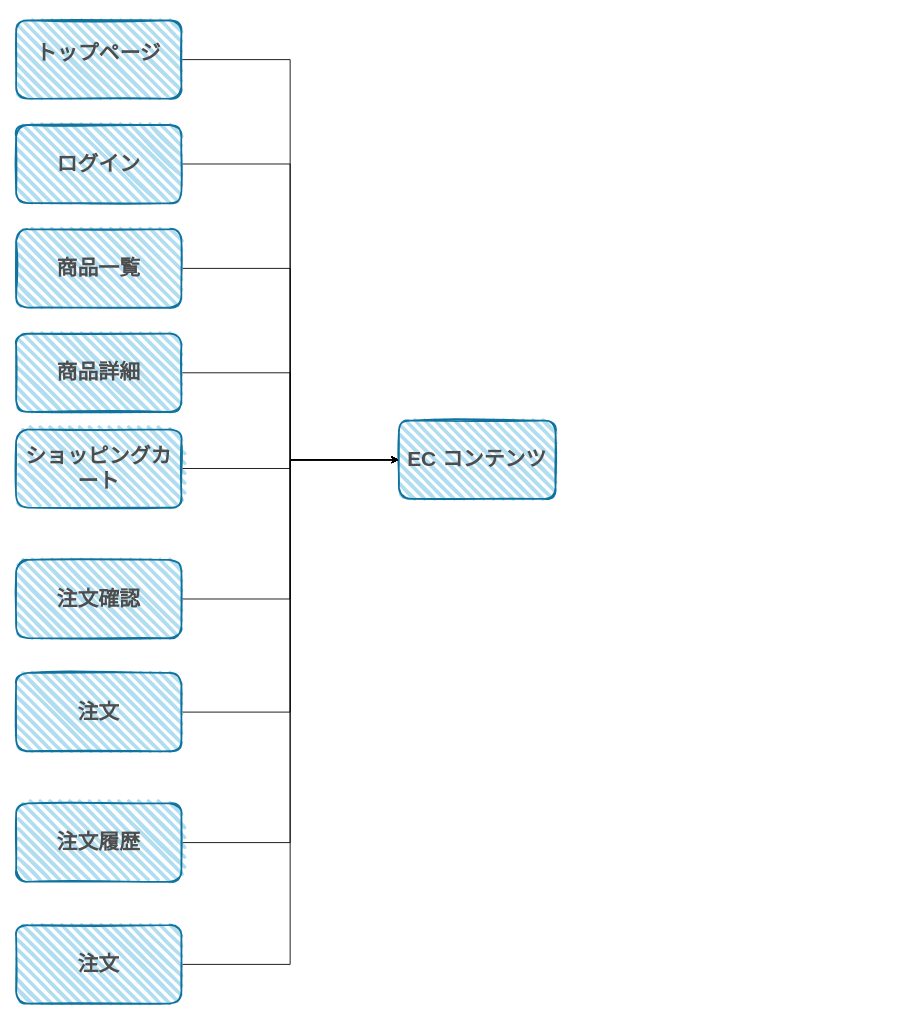
This is Untitled Diagram.drawio from joychoinjapan/EC-, a draw.io file, before an edit. Source tidied: cells renumbered, new cells numbered last; positions are measured from the earlier drawing's top-left corner, leaving out a move shared by most shapes. Both pictures are drawn from the tidied source at 87%, with x=0, y=0 at pixel (16, 20).
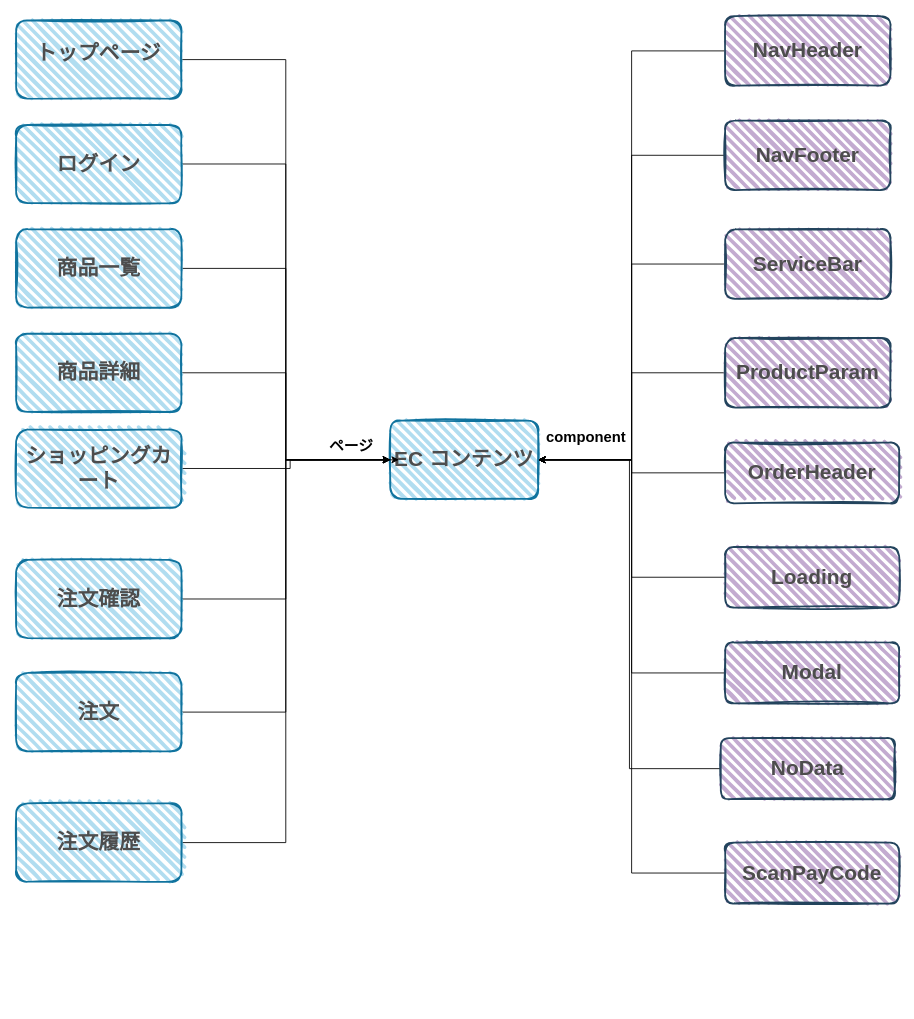
The same page after the edit.

The edit, as a diff of the source:
```diff
@@
     <mxCell id="2" value="&lt;h1&gt;&lt;b&gt;&lt;font color=&quot;#4d4d4d&quot;&gt;EC コンテンツ&lt;/font&gt;&lt;/b&gt;&lt;/h1&gt;" style="rounded=1;whiteSpace=wrap;html=1;strokeWidth=2;fillWeight=4;hachureGap=8;hachureAngle=45;sketch=1;fillColor=#b1ddf0;strokeColor=#10739e;" parent="1" vertex="1">
-      <mxGeometry x="440" y="460" width="180" height="90" as="geometry" />
+      <mxGeometry x="430" y="460" width="170" height="90" as="geometry" />
     </mxCell>
@@
-    <mxCell id="15" style="edgeStyle=orthogonalEdgeStyle;rounded=0;jettySize=auto;html=1;entryX=0;entryY=0.5;entryDx=0;entryDy=0;" parent="1" edge="1" source="16" target="2">
-      <mxGeometry relative="1" as="geometry" />
-    </mxCell>
-    <mxCell id="16" value="&lt;h1&gt;&lt;font color=&quot;#4d4d4d&quot;&gt;注文&lt;/font&gt;&lt;/h1&gt;" style="rounded=1;whiteSpace=wrap;html=1;strokeWidth=2;fillWeight=4;hachureGap=8;hachureAngle=45;sketch=1;fillColor=#b1ddf0;strokeColor=#10739e;" parent="1" vertex="1">
-      <mxGeometry y="1040" width="190" height="90" as="geometry" />
-    </mxCell>
@@
+    <mxCell id="21" value="&lt;font style=&quot;font-size: 17px&quot;&gt;&lt;b&gt;ページ&lt;/b&gt;&lt;/font&gt;" style="text;html=1;align=center;verticalAlign=middle;fillColor=none;strokeColor=none;rounded=0;" parent="1" vertex="1">
+      <mxGeometry x="350" y="480" width="70" height="20" as="geometry" />
+    </mxCell>
+    <mxCell id="22" style="edgeStyle=orthogonalEdgeStyle;rounded=0;jettySize=auto;html=1;entryX=1;entryY=0.5;entryDx=0;entryDy=0;" parent="1" edge="1" source="23" target="2">
+      <mxGeometry relative="1" as="geometry" />
+    </mxCell>
+    <mxCell id="23" value="&lt;h1&gt;&lt;font color=&quot;#4d4d4d&quot;&gt;NavHeader&lt;/font&gt;&lt;/h1&gt;" style="rounded=1;whiteSpace=wrap;html=1;strokeWidth=2;fillWeight=4;hachureGap=8;hachureAngle=45;sketch=1;strokeColor=#23445d;fillColor=#C3ABD0;" parent="1" vertex="1">
+      <mxGeometry x="815" y="-5" width="190" height="80" as="geometry" />
+    </mxCell>
+    <mxCell id="24" style="edgeStyle=orthogonalEdgeStyle;rounded=0;jettySize=auto;html=1;entryX=1;entryY=0.5;entryDx=0;entryDy=0;" parent="1" edge="1" source="25" target="2">
+      <mxGeometry relative="1" as="geometry" />
+    </mxCell>
+    <mxCell id="25" value="&lt;h1&gt;&lt;font color=&quot;#4d4d4d&quot;&gt;NavFooter&lt;/font&gt;&lt;/h1&gt;" style="rounded=1;whiteSpace=wrap;html=1;strokeWidth=2;fillWeight=4;hachureGap=8;hachureAngle=45;sketch=1;strokeColor=#23445d;fillColor=#C3ABD0;" parent="1" vertex="1">
+      <mxGeometry x="815" y="115" width="190" height="80" as="geometry" />
+    </mxCell>
+    <mxCell id="26" style="edgeStyle=orthogonalEdgeStyle;rounded=0;jettySize=auto;html=1;entryX=1;entryY=0.5;entryDx=0;entryDy=0;" parent="1" edge="1" source="27" target="2">
+      <mxGeometry relative="1" as="geometry" />
+    </mxCell>
+    <mxCell id="27" value="&lt;h1&gt;&lt;font color=&quot;#4d4d4d&quot;&gt;ServiceBar&lt;/font&gt;&lt;/h1&gt;" style="rounded=1;whiteSpace=wrap;html=1;strokeWidth=2;fillWeight=4;hachureGap=8;hachureAngle=45;sketch=1;strokeColor=#23445d;fillColor=#C3ABD0;" parent="1" vertex="1">
+      <mxGeometry x="815" y="240" width="190" height="80" as="geometry" />
+    </mxCell>
+    <mxCell id="28" style="edgeStyle=orthogonalEdgeStyle;rounded=0;jettySize=auto;html=1;entryX=1;entryY=0.5;entryDx=0;entryDy=0;" parent="1" edge="1" source="29" target="2">
+      <mxGeometry relative="1" as="geometry" />
+    </mxCell>
+    <mxCell id="29" value="&lt;h1&gt;&lt;font color=&quot;#4d4d4d&quot;&gt;ProductParam&lt;/font&gt;&lt;/h1&gt;" style="rounded=1;whiteSpace=wrap;html=1;strokeWidth=2;fillWeight=4;hachureGap=8;hachureAngle=45;sketch=1;strokeColor=#23445d;fillColor=#C3ABD0;" parent="1" vertex="1">
+      <mxGeometry x="815" y="365" width="190" height="80" as="geometry" />
+    </mxCell>
+    <mxCell id="30" style="edgeStyle=orthogonalEdgeStyle;rounded=0;jettySize=auto;html=1;entryX=1;entryY=0.5;entryDx=0;entryDy=0;" parent="1" edge="1" source="31" target="2">
+      <mxGeometry relative="1" as="geometry" />
+    </mxCell>
+    <mxCell id="31" value="&lt;h1&gt;&lt;font color=&quot;#4d4d4d&quot;&gt;OrderHeader&lt;/font&gt;&lt;/h1&gt;" style="rounded=1;whiteSpace=wrap;html=1;strokeWidth=2;fillWeight=4;hachureGap=8;hachureAngle=45;sketch=1;strokeColor=#23445d;fillColor=#C3ABD0;" parent="1" vertex="1">
+      <mxGeometry x="815" y="485" width="200" height="70" as="geometry" />
+    </mxCell>
+    <mxCell id="32" style="edgeStyle=orthogonalEdgeStyle;rounded=0;jettySize=auto;html=1;entryX=1;entryY=0.5;entryDx=0;entryDy=0;" parent="1" edge="1" source="33" target="2">
+      <mxGeometry relative="1" as="geometry" />
+    </mxCell>
+    <mxCell id="33" value="&lt;h1&gt;&lt;font color=&quot;#4d4d4d&quot;&gt;Loading&lt;/font&gt;&lt;/h1&gt;" style="rounded=1;whiteSpace=wrap;html=1;strokeWidth=2;fillWeight=4;hachureGap=8;hachureAngle=45;sketch=1;strokeColor=#23445d;fillColor=#C3ABD0;" parent="1" vertex="1">
+      <mxGeometry x="815" y="605" width="200" height="70" as="geometry" />
+    </mxCell>
+    <mxCell id="34" style="edgeStyle=orthogonalEdgeStyle;rounded=0;jettySize=auto;html=1;entryX=1;entryY=0.5;entryDx=0;entryDy=0;" parent="1" edge="1" source="35" target="2">
+      <mxGeometry relative="1" as="geometry" />
+    </mxCell>
+    <mxCell id="35" value="&lt;h1&gt;&lt;font color=&quot;#4d4d4d&quot;&gt;Modal&lt;/font&gt;&lt;/h1&gt;" style="rounded=1;whiteSpace=wrap;html=1;strokeWidth=2;fillWeight=4;hachureGap=8;hachureAngle=45;sketch=1;strokeColor=#23445d;fillColor=#C3ABD0;" parent="1" vertex="1">
+      <mxGeometry x="815" y="715" width="200" height="70" as="geometry" />
+    </mxCell>
+    <mxCell id="36" style="edgeStyle=orthogonalEdgeStyle;rounded=0;jettySize=auto;html=1;entryX=1;entryY=0.5;entryDx=0;entryDy=0;" parent="1" edge="1" source="37" target="2">
+      <mxGeometry relative="1" as="geometry" />
+    </mxCell>
+    <mxCell id="37" value="&lt;h1&gt;&lt;font color=&quot;#4d4d4d&quot;&gt;NoData&lt;/font&gt;&lt;/h1&gt;" style="rounded=1;whiteSpace=wrap;html=1;strokeWidth=2;fillWeight=4;hachureGap=8;hachureAngle=45;sketch=1;strokeColor=#23445d;fillColor=#C3ABD0;" parent="1" vertex="1">
+      <mxGeometry x="810" y="825" width="200" height="70" as="geometry" />
+    </mxCell>
+    <mxCell id="38" style="edgeStyle=orthogonalEdgeStyle;rounded=0;jettySize=auto;html=1;entryX=1;entryY=0.5;entryDx=0;entryDy=0;" parent="1" edge="1" source="39" target="2">
+      <mxGeometry relative="1" as="geometry" />
+    </mxCell>
+    <mxCell id="39" value="&lt;h1&gt;&lt;font color=&quot;#4d4d4d&quot;&gt;ScanPayCode&lt;/font&gt;&lt;/h1&gt;" style="rounded=1;whiteSpace=wrap;html=1;strokeWidth=2;fillWeight=4;hachureGap=8;hachureAngle=45;sketch=1;strokeColor=#23445d;fillColor=#C3ABD0;" parent="1" vertex="1">
+      <mxGeometry x="815" y="945" width="200" height="70" as="geometry" />
+    </mxCell>
+    <mxCell id="40" value="&lt;span style=&quot;font-size: 17px&quot;&gt;&lt;b&gt;component&lt;/b&gt;&lt;/span&gt;" style="text;html=1;align=center;verticalAlign=middle;fillColor=none;strokeColor=none;rounded=0;" parent="1" vertex="1">
+      <mxGeometry x="600" y="470" width="110" height="20" as="geometry" />
+    </mxCell>
```
